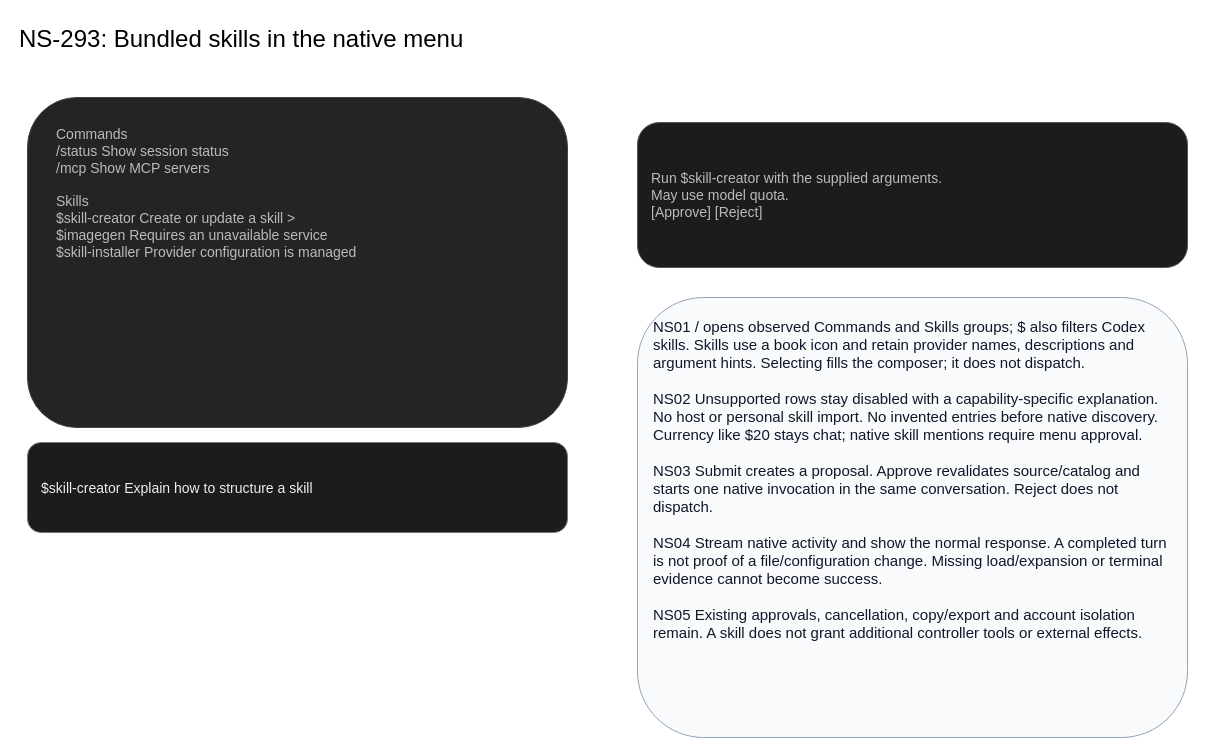
amadou-6e/specs keeps this draw.io diagram as page "NS-293 - Bundled native skills" (8 of 8) of projects/laomedo/subsystems/agent-execution/design/application-assistant.drawio. Above is the earlier version. Source tidied: cells renumbered, new cells numbered last; positions are measured from the earlier drawing's top-left corner, leaving out a move shared by most shapes. Both pictures are drawn from the tidied source at 100%, with x=0, y=0 at pixel (17, 17).
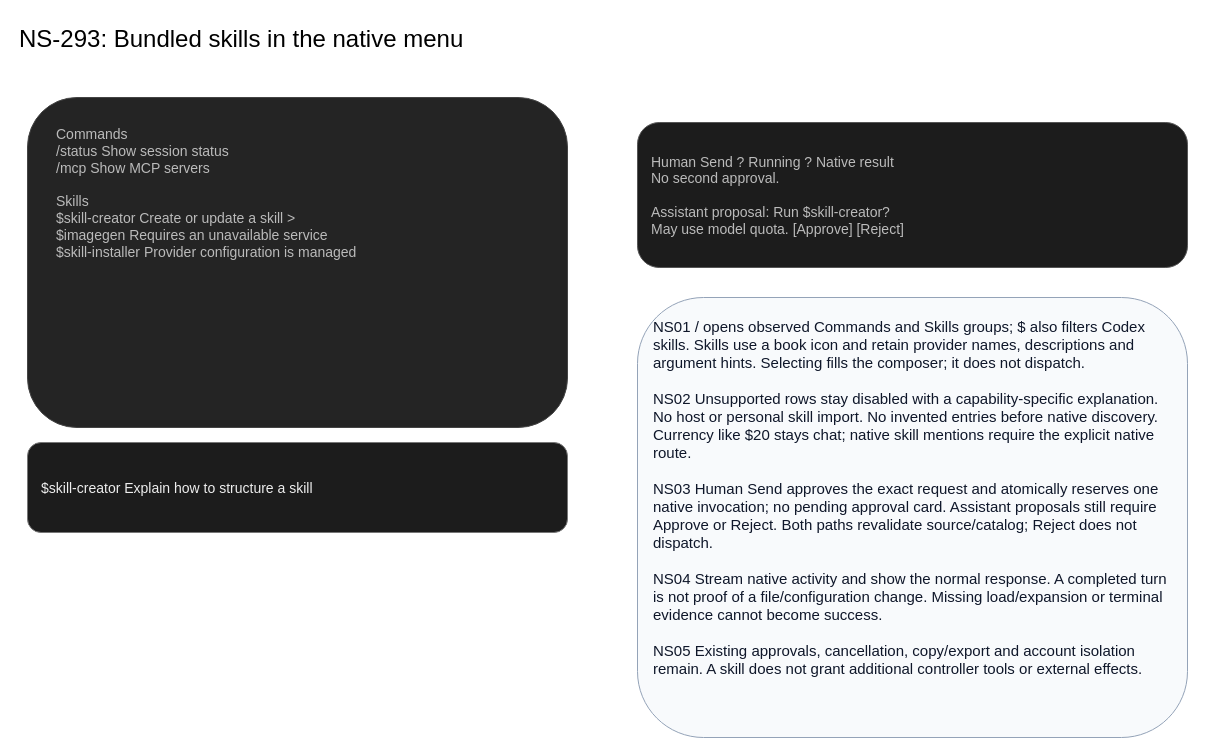
The same page after the edit.

Commit message (it also covers changes not shown here):
docs: align native skill diagram with direct-send approval

What changed in the source:
```diff
@@
 <mxGraphModel>
   <root>
     <mxCell id="0" />
     <mxCell id="1" parent="0" />
     <mxCell id="2" value="NS-293: Bundled skills in the native menu" style="text;fontSize=24;fontFamily=Arial;" parent="1" vertex="1">
       <mxGeometry width="1180" height="50" as="geometry" />
     </mxCell>
     <mxCell id="3" style="rounded=1;fillColor=#242424;strokeColor=#444444;" parent="1" vertex="1">
       <mxGeometry x="10" y="80" width="540" height="330" as="geometry" />
     </mxCell>
     <mxCell id="4" value="Commands&#10; /status     Show session status&#10; /mcp        Show MCP servers&#10;&#10;Skills&#10; $skill-creator     Create or update a skill             &gt;&#10; $imagegen          Requires an unavailable service&#10; $skill-installer   Provider configuration is managed" style="text;fontSize=14;fontColor=#bbbbbb;align=left;verticalAlign=top;spacing=14;whiteSpace=wrap;" parent="1" vertex="1">
       <mxGeometry x="25" y="90" width="510" height="300" as="geometry" />
     </mxCell>
     <mxCell id="5" value="$skill-creator Explain how to structure a skill" style="rounded=1;fillColor=#1c1c1c;strokeColor=#777777;fontColor=#eeeeee;fontSize=14;align=left;spacing=14;" parent="1" vertex="1">
       <mxGeometry x="10" y="425" width="540" height="90" as="geometry" />
     </mxCell>
-    <mxCell id="6" value="Run $skill-creator with the supplied arguments.&#10;May use model quota.&#10;[Approve]  [Reject]" style="rounded=1;fillColor=#1c1c1c;strokeColor=#555555;fontColor=#bbbbbb;fontSize=14;align=left;spacing=14;whiteSpace=wrap;" parent="1" vertex="1">
+    <mxCell id="6" value="Human Send ? Running ? Native result&#10;No second approval.&#10;&#10;Assistant proposal: Run $skill-creator?&#10;May use model quota.  [Approve] [Reject]" style="rounded=1;fillColor=#1c1c1c;strokeColor=#555555;fontColor=#bbbbbb;fontSize=14;align=left;spacing=14;whiteSpace=wrap;" parent="1" vertex="1">
       <mxGeometry x="620" y="105" width="550" height="145" as="geometry" />
     </mxCell>
-    <mxCell id="7" value="NS01 / opens observed Commands and Skills groups; $ also filters Codex skills. Skills use a book icon and retain provider names, descriptions and argument hints. Selecting fills the composer; it does not dispatch.&#10;&#10;NS02 Unsupported rows stay disabled with a capability-specific explanation. No host or personal skill import. No invented entries before native discovery. Currency like $20 stays chat; native skill mentions require menu approval.&#10;&#10;NS03 Submit creates a proposal. Approve revalidates source/catalog and starts one native invocation in the same conversation. Reject does not dispatch.&#10;&#10;NS04 Stream native activity and show the normal response. A completed turn is not proof of a file/configuration change. Missing load/expansion or terminal evidence cannot become success.&#10;&#10;NS05 Existing approvals, cancellation, copy/export and account isolation remain. A skill does not grant additional controller tools or external effects." style="rounded=1;fillColor=#f8fafc;strokeColor=#94a3b8;fontColor=#0f172a;fontSize=15;align=left;verticalAlign=top;spacing=16;whiteSpace=wrap;" parent="1" vertex="1">
+    <mxCell id="7" value="NS01 / opens observed Commands and Skills groups; $ also filters Codex skills. Skills use a book icon and retain provider names, descriptions and argument hints. Selecting fills the composer; it does not dispatch.&#10;&#10;NS02 Unsupported rows stay disabled with a capability-specific explanation. No host or personal skill import. No invented entries before native discovery. Currency like $20 stays chat; native skill mentions require the explicit native route.&#10;&#10;NS03 Human Send approves the exact request and atomically reserves one native invocation; no pending approval card. Assistant proposals still require Approve or Reject. Both paths revalidate source/catalog; Reject does not dispatch.&#10;&#10;NS04 Stream native activity and show the normal response. A completed turn is not proof of a file/configuration change. Missing load/expansion or terminal evidence cannot become success.&#10;&#10;NS05 Existing approvals, cancellation, copy/export and account isolation remain. A skill does not grant additional controller tools or external effects." style="rounded=1;fillColor=#f8fafc;strokeColor=#94a3b8;fontColor=#0f172a;fontSize=15;align=left;verticalAlign=top;spacing=16;whiteSpace=wrap;" parent="1" vertex="1">
       <mxGeometry x="620" y="280" width="550" height="440" as="geometry" />
     </mxCell>
   </root>
 </mxGraphModel>
```
